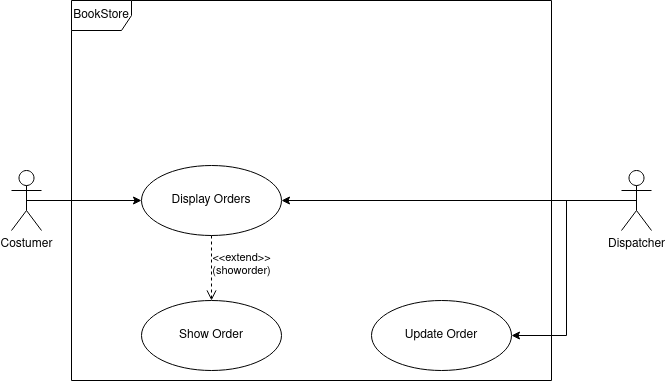
umb-hub/BookStore keeps this draw.io diagram as models/usecase_orders.png. Above is the earlier version. Source tidied: cells renumbered, new cells last; positions are measured from the earlier drawing's top-left corner, leaving out a move shared by most shapes. Source of this version:
```xml
<mxGraphModel>
  <root>
    <mxCell id="0" />
    <mxCell id="1" parent="0" />
    <mxCell id="2" value="&lt;div&gt;BookStore&lt;/div&gt;" style="shape=umlFrame;whiteSpace=wrap;html=1;" parent="1" vertex="1">
      <mxGeometry x="60" width="480" height="380" as="geometry" />
    </mxCell>
    <mxCell id="3" style="edgeStyle=orthogonalEdgeStyle;rounded=0;jettySize=auto;html=1;exitX=0.5;exitY=0.5;exitDx=0;exitDy=0;exitPerimeter=0;" parent="1" edge="1" source="4" target="8">
      <mxGeometry relative="1" as="geometry" />
    </mxCell>
    <mxCell id="4" value="Costumer" style="shape=umlActor;verticalLabelPosition=bottom;verticalAlign=top;html=1;" parent="1" vertex="1">
      <mxGeometry y="170" width="30" height="60" as="geometry" />
    </mxCell>
    <mxCell id="5" style="edgeStyle=orthogonalEdgeStyle;rounded=0;jettySize=auto;html=1;exitX=0.5;exitY=0.5;exitDx=0;exitDy=0;exitPerimeter=0;entryX=1;entryY=0.5;entryDx=0;entryDy=0;" parent="1" edge="1" source="7" target="8">
      <mxGeometry relative="1" as="geometry" />
    </mxCell>
    <mxCell id="6" style="edgeStyle=orthogonalEdgeStyle;rounded=0;jettySize=auto;html=1;exitX=0.5;exitY=0.5;exitDx=0;exitDy=0;exitPerimeter=0;entryX=1;entryY=0.5;entryDx=0;entryDy=0;" parent="1" edge="1" source="7" target="9">
      <mxGeometry relative="1" as="geometry" />
    </mxCell>
    <mxCell id="7" value="Dispatcher" style="shape=umlActor;verticalLabelPosition=bottom;verticalAlign=top;html=1;outlineConnect=0;" parent="1" vertex="1">
      <mxGeometry x="610" y="170" width="30" height="60" as="geometry" />
    </mxCell>
    <mxCell id="8" value="Display Orders" style="ellipse;whiteSpace=wrap;html=1;" parent="1" vertex="1">
      <mxGeometry x="130" y="165" width="140" height="70" as="geometry" />
    </mxCell>
    <mxCell id="9" value="Update Order" style="ellipse;whiteSpace=wrap;html=1;" parent="1" vertex="1">
      <mxGeometry x="360" y="300" width="140" height="70" as="geometry" />
    </mxCell>
    <mxCell id="10" value="&lt;div&gt;Show Order&lt;br&gt;&lt;/div&gt;" style="ellipse;whiteSpace=wrap;html=1;" parent="1" vertex="1">
      <mxGeometry x="130" y="300" width="140" height="70" as="geometry" />
    </mxCell>
    <mxCell id="11" value="&lt;div&gt;&amp;lt;&amp;lt;extend&amp;gt;&amp;gt;&lt;/div&gt;&lt;div&gt;(showorder)&lt;br&gt;&lt;/div&gt;" style="html=1;verticalAlign=bottom;endArrow=open;dashed=1;endSize=8;entryX=0.5;entryY=0;entryDx=0;entryDy=0;exitX=0.5;exitY=1;exitDx=0;exitDy=0;" parent="1" edge="1" source="8" target="10">
      <mxGeometry x="0.38" y="30" relative="1" as="geometry" />
    </mxCell>
  </root>
</mxGraphModel>
```
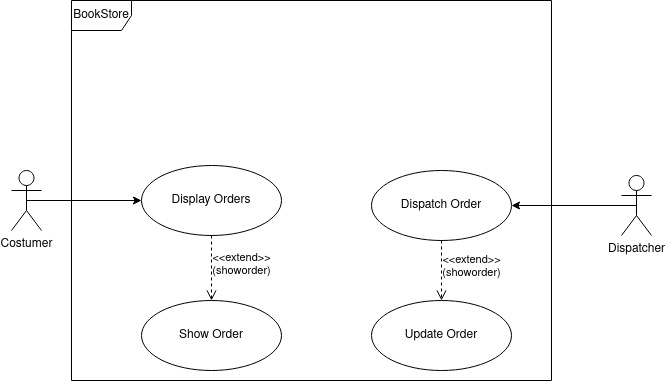
After the change.

Change to the diagram source:
```diff
@@ -11,14 +11,11 @@
     <mxCell id="4" value="Costumer" style="shape=umlActor;verticalLabelPosition=bottom;verticalAlign=top;html=1;" parent="1" vertex="1">
       <mxGeometry y="170" width="30" height="60" as="geometry" />
     </mxCell>
-    <mxCell id="5" style="edgeStyle=orthogonalEdgeStyle;rounded=0;jettySize=auto;html=1;exitX=0.5;exitY=0.5;exitDx=0;exitDy=0;exitPerimeter=0;entryX=1;entryY=0.5;entryDx=0;entryDy=0;" parent="1" edge="1" source="7" target="8">
-      <mxGeometry relative="1" as="geometry" />
-    </mxCell>
-    <mxCell id="6" style="edgeStyle=orthogonalEdgeStyle;rounded=0;jettySize=auto;html=1;exitX=0.5;exitY=0.5;exitDx=0;exitDy=0;exitPerimeter=0;entryX=1;entryY=0.5;entryDx=0;entryDy=0;" parent="1" edge="1" source="7" target="9">
-      <mxGeometry relative="1" as="geometry" />
-    </mxCell>
+    <mxCell id="12" style="edgeStyle=orthogonalEdgeStyle;rounded=0;jettySize=auto;html=1;exitX=0.5;exitY=0.5;exitDx=0;exitDy=0;exitPerimeter=0;" parent="1" edge="1" source="7" target="13">
+      <mxGeometry relative="1" as="geometry" />
+    </mxCell>
     <mxCell id="7" value="Dispatcher" style="shape=umlActor;verticalLabelPosition=bottom;verticalAlign=top;html=1;outlineConnect=0;" parent="1" vertex="1">
-      <mxGeometry x="610" y="170" width="30" height="60" as="geometry" />
+      <mxGeometry x="610" y="175" width="30" height="60" as="geometry" />
     </mxCell>
     <mxCell id="8" value="Display Orders" style="ellipse;whiteSpace=wrap;html=1;" parent="1" vertex="1">
       <mxGeometry x="130" y="165" width="140" height="70" as="geometry" />
@@ -32,5 +29,11 @@
     <mxCell id="11" value="&lt;div&gt;&amp;lt;&amp;lt;extend&amp;gt;&amp;gt;&lt;/div&gt;&lt;div&gt;(showorder)&lt;br&gt;&lt;/div&gt;" style="html=1;verticalAlign=bottom;endArrow=open;dashed=1;endSize=8;entryX=0.5;entryY=0;entryDx=0;entryDy=0;exitX=0.5;exitY=1;exitDx=0;exitDy=0;" parent="1" edge="1" source="8" target="10">
       <mxGeometry x="0.38" y="30" relative="1" as="geometry" />
     </mxCell>
+    <mxCell id="13" value="Dispatch Order" style="ellipse;whiteSpace=wrap;html=1;" parent="1" vertex="1">
+      <mxGeometry x="360" y="170" width="140" height="70" as="geometry" />
+    </mxCell>
+    <mxCell id="14" value="&lt;div&gt;&amp;lt;&amp;lt;extend&amp;gt;&amp;gt;&lt;/div&gt;&lt;div&gt;(showorder)&lt;br&gt;&lt;/div&gt;" style="html=1;verticalAlign=bottom;endArrow=open;dashed=1;endSize=8;entryX=0.5;entryY=0;entryDx=0;entryDy=0;exitX=0.5;exitY=1;exitDx=0;exitDy=0;" parent="1" edge="1" source="13" target="9">
+      <mxGeometry x="0.38" y="30" relative="1" as="geometry" />
+    </mxCell>
   </root>
 </mxGraphModel>
```
